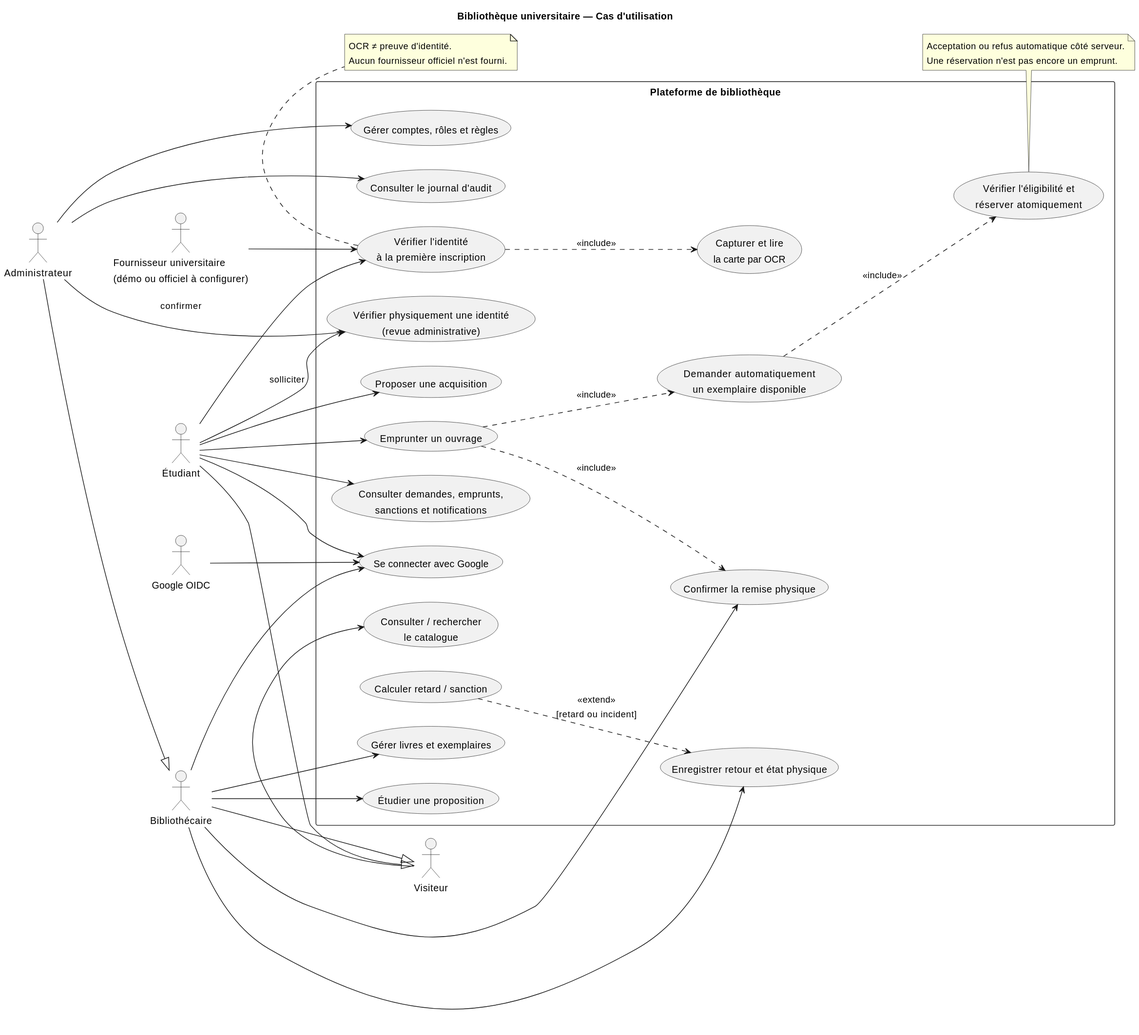
aymanebettaoui/Bibliotheque-Universitaire-USMBA keeps this PlantUML diagram as docs/uml/01-use-cases.svg. Above is the earlier version.
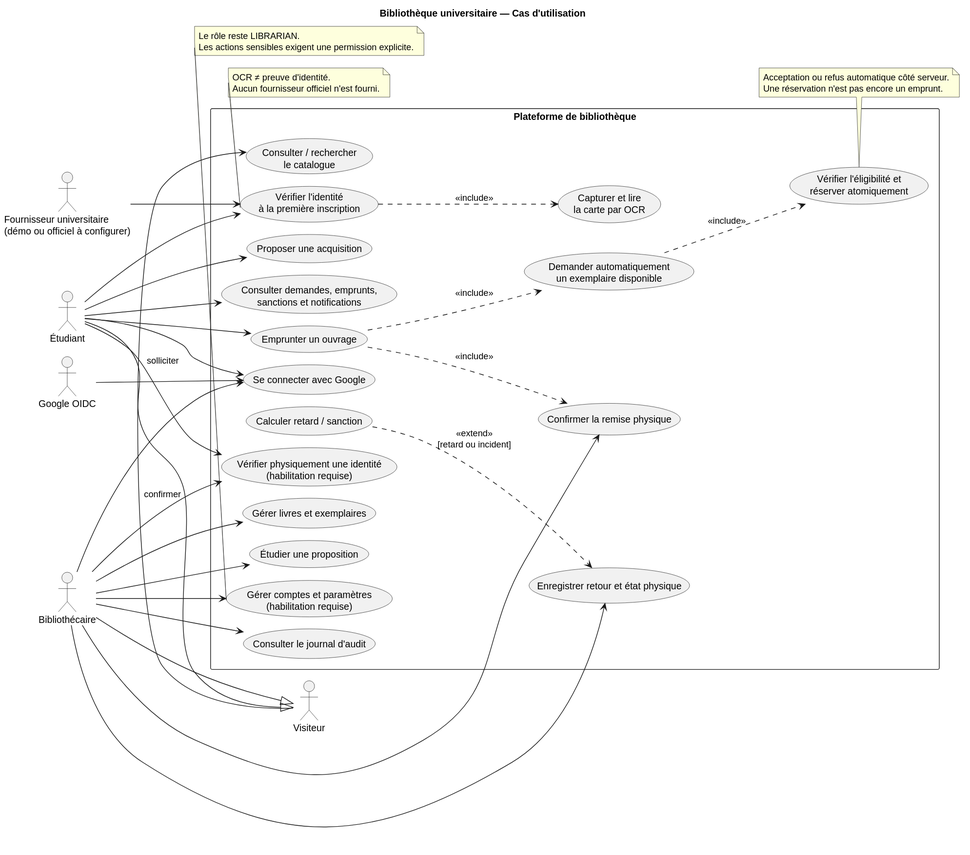
Later version of the same file.

What changed in the source:
```diff
@@ -1,21 +1,20 @@
 @startuml
+!pragma layout smetana
 left to right direction
 skinparam packageStyle rectangle
 title Bibliothèque universitaire — Cas d'utilisation
 actor Visiteur as Visitor
 actor Étudiant as Student
 actor Bibliothécaire as Librarian
-actor Administrateur as Admin
 actor "Google OIDC" as Google
 actor "Fournisseur universitaire\n(démo ou officiel à configurer)" as University
 Student --|> Visitor
 Librarian --|> Visitor
-Admin --|> Librarian
 rectangle "Plateforme de bibliothèque" {
  usecase "Consulter / rechercher\nle catalogue" as Catalog
  usecase "Se connecter avec Google" as Login
  usecase "Vérifier l'identité\nà la première inscription" as Verify
- usecase "Vérifier physiquement une identité\n(revue administrative)" as ManualReview
+ usecase "Vérifier physiquement une identité\n(habilitation requise)" as ManualReview
  usecase "Capturer et lire\nla carte par OCR" as OCR
  usecase "Emprunter un ouvrage" as Borrow
  usecase "Demander automatiquement\nun exemplaire disponible" as Request
@@ -27,7 +26,7 @@
  usecase "Gérer livres et exemplaires" as Inventory
  usecase "Proposer une acquisition" as Propose
  usecase "Étudier une proposition" as Review
- usecase "Gérer comptes, rôles et règles" as Settings
+ usecase "Gérer comptes et paramètres\n(habilitation requise)" as Settings
  usecase "Consulter le journal d'audit" as Audit
 }
 Visitor --> Catalog
@@ -49,9 +48,9 @@
 Sanction ..> Return : <<extend>>\n[retard ou incident]
 Librarian --> Review
 Student --> ManualReview : solliciter
-Admin --> ManualReview : confirmer
-Admin --> Settings
-Admin --> Audit
+Librarian --> ManualReview : confirmer
+Librarian --> Settings
+Librarian --> Audit
 note bottom of Reserve
 Acceptation ou refus automatique côté serveur.
 Une réservation n'est pas encore un emprunt.
@@ -60,4 +59,8 @@
 OCR ≠ preuve d'identité.
 Aucun fournisseur officiel n'est fourni.
 end note
+note bottom of Settings
+Le rôle reste LIBRARIAN.
+Les actions sensibles exigent une permission explicite.
+end note
 @enduml
```
